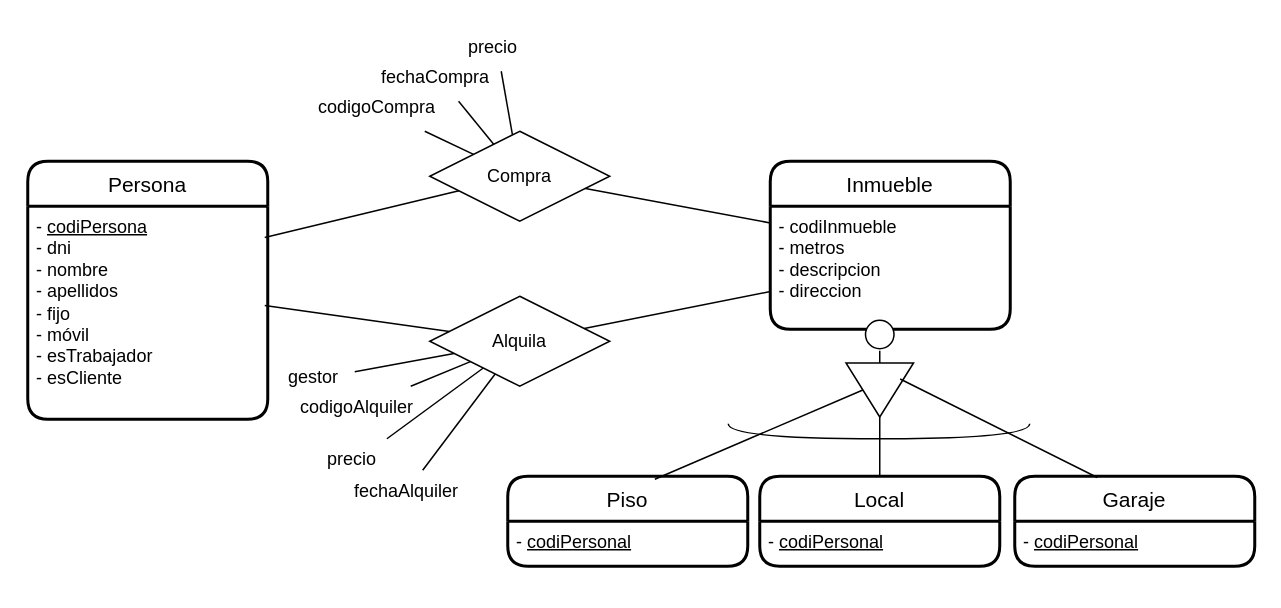
Before: ex18.drawio in JuanMarinG/TA12_MYSQL, a draw.io diagram. Source tidied: cells renumbered, new cells numbered last; positions are measured from the earlier drawing's top-left corner, leaving out a move shared by most shapes. Both pictures are drawn from the tidied source at 150%, with x=0, y=0 at pixel (27, 26).
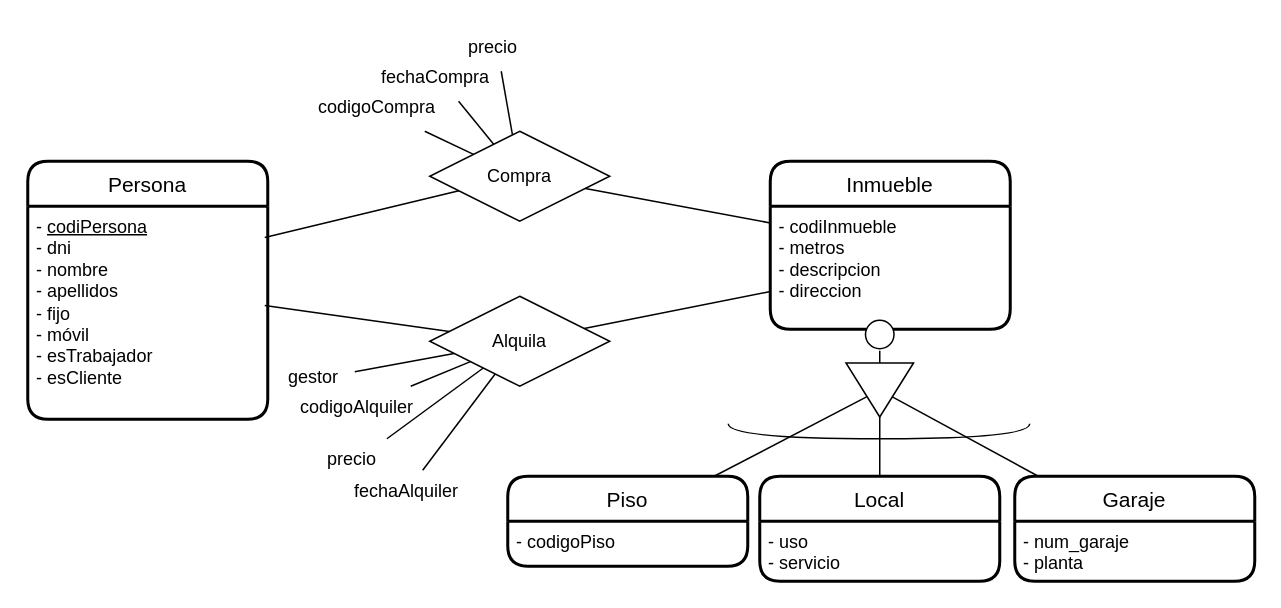
After the change.

The change refers to these unchanged cells:
```xml
<mxCell id="9" style="triangle;whiteSpace=wrap;html=1;rotation=90;" parent="1" vertex="1">
  <mxGeometry x="550" y="220" width="36" height="45" as="geometry" />
</mxCell>
<mxCell id="10" value="Piso" style="swimlane;horizontal=1;startSize=30;rounded=1;fontSize=14;fontStyle=0;strokeWidth=2;shadow=0;align=center;fillStyle=auto;gradientColor=none;swimlaneFillColor=none;fillColor=default;sketch=0;glass=0;swimlaneLine=1;perimeterSpacing=0;" parent="1" vertex="1">
  <mxGeometry x="320" y="300" width="160" height="60" as="geometry" />
</mxCell>
```

What changed in the source:
```diff
@@
-    <mxCell id="11" value="- &lt;u&gt;codiPersonal&lt;/u&gt;" style="text;html=1;align=left;verticalAlign=top;strokeColor=none;fillColor=none;spacingLeft=4;" parent="10" vertex="1">
+    <mxCell id="11" value="- codigoPiso" style="text;html=1;align=left;verticalAlign=top;strokeColor=none;fillColor=none;spacingLeft=4;" parent="10" vertex="1">
       <mxGeometry y="30" width="160" height="30" as="geometry" />
     </mxCell>
     <mxCell id="12" value="Local" style="swimlane;horizontal=1;startSize=30;rounded=1;fontSize=14;fontStyle=0;strokeWidth=2;shadow=0;align=center;fillStyle=auto;gradientColor=none;swimlaneFillColor=none;fillColor=default;sketch=0;glass=0;swimlaneLine=1;perimeterSpacing=0;" parent="1" vertex="1">
-      <mxGeometry x="488" y="300" width="160" height="60" as="geometry" />
+      <mxGeometry x="488" y="300" width="160" height="70" as="geometry" />
     </mxCell>
-    <mxCell id="13" value="- &lt;u&gt;codiPersonal&lt;/u&gt;" style="text;html=1;align=left;verticalAlign=top;strokeColor=none;fillColor=none;spacingLeft=4;" parent="12" vertex="1">
-      <mxGeometry y="30" width="160" height="30" as="geometry" />
+    <mxCell id="13" value="- uso&lt;br&gt;- servicio" style="text;html=1;align=left;verticalAlign=top;strokeColor=none;fillColor=none;spacingLeft=4;" parent="12" vertex="1">
+      <mxGeometry y="30" width="160" height="40" as="geometry" />
     </mxCell>
     <mxCell id="14" value="Garaje" style="swimlane;horizontal=1;startSize=30;rounded=1;fontSize=14;fontStyle=0;strokeWidth=2;shadow=0;align=center;fillStyle=auto;gradientColor=none;swimlaneFillColor=none;fillColor=default;sketch=0;glass=0;swimlaneLine=1;perimeterSpacing=0;" parent="1" vertex="1">
-      <mxGeometry x="658" y="300" width="160" height="60" as="geometry" />
+      <mxGeometry x="658" y="300" width="160" height="70" as="geometry" />
     </mxCell>
-    <mxCell id="15" value="- &lt;u&gt;codiPersonal&lt;/u&gt;" style="text;html=1;align=left;verticalAlign=top;strokeColor=none;fillColor=none;spacingLeft=4;" parent="14" vertex="1">
-      <mxGeometry y="30" width="160" height="30" as="geometry" />
+    <mxCell id="15" value="- num_garaje&lt;br&gt;- planta" style="text;html=1;align=left;verticalAlign=top;strokeColor=none;fillColor=none;spacingLeft=4;" parent="14" vertex="1">
+      <mxGeometry y="30" width="160" height="40" as="geometry" />
     </mxCell>
@@
-    <mxCell id="35" style="endArrow=none;html=1;rounded=0;fontSize=18;exitX=0.613;exitY=0.033;exitDx=0;exitDy=0;exitPerimeter=0;entryX=0.5;entryY=1;entryDx=0;entryDy=0;" parent="1" edge="1" source="10" target="9">
+    <mxCell id="35" style="endArrow=none;html=1;rounded=0;fontSize=18;" parent="1" edge="1" source="10" target="9">
       <mxGeometry relative="1" as="geometry" />
     </mxCell>
-    <mxCell id="36" style="endArrow=none;html=1;rounded=0;fontSize=18;entryX=1;entryY=0.5;entryDx=0;entryDy=0;exitX=0.5;exitY=0;exitDx=0;exitDy=0;" parent="1" edge="1" source="12" target="9">
+    <mxCell id="36" style="endArrow=none;html=1;rounded=0;fontSize=18;" parent="1" edge="1" source="12" target="9">
       <mxGeometry relative="1" as="geometry" />
     </mxCell>
-    <mxCell id="37" style="endArrow=none;html=1;rounded=0;entryX=0.344;entryY=0.014;entryDx=0;entryDy=0;entryPerimeter=0;exitX=0.296;exitY=0.198;exitDx=0;exitDy=0;exitPerimeter=0;" parent="1" edge="1" source="9" target="14">
+    <mxCell id="37" style="endArrow=none;html=1;rounded=0;" parent="1" edge="1" source="9" target="14">
       <mxGeometry relative="1" as="geometry" />
     </mxCell>
```
